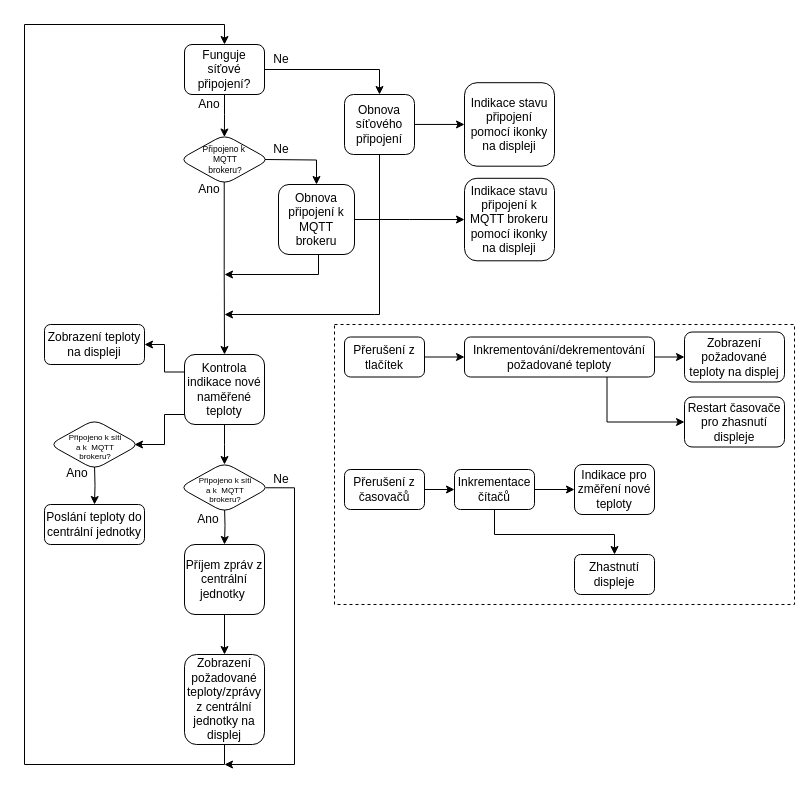
Earlier version of the draw.io diagram images/svg/drawio/software/blokove-schema-nastenny-snimac-prostorove-teploty-ethernet.drawio (RomLab/diploma-thesis). Source tidied: cells renumbered, new cells numbered last; positions are measured from the earlier drawing's top-left corner, leaving out a move shared by most shapes. Both pictures are drawn from the tidied source at 100%, with x=0, y=0 at pixel (24, 24).
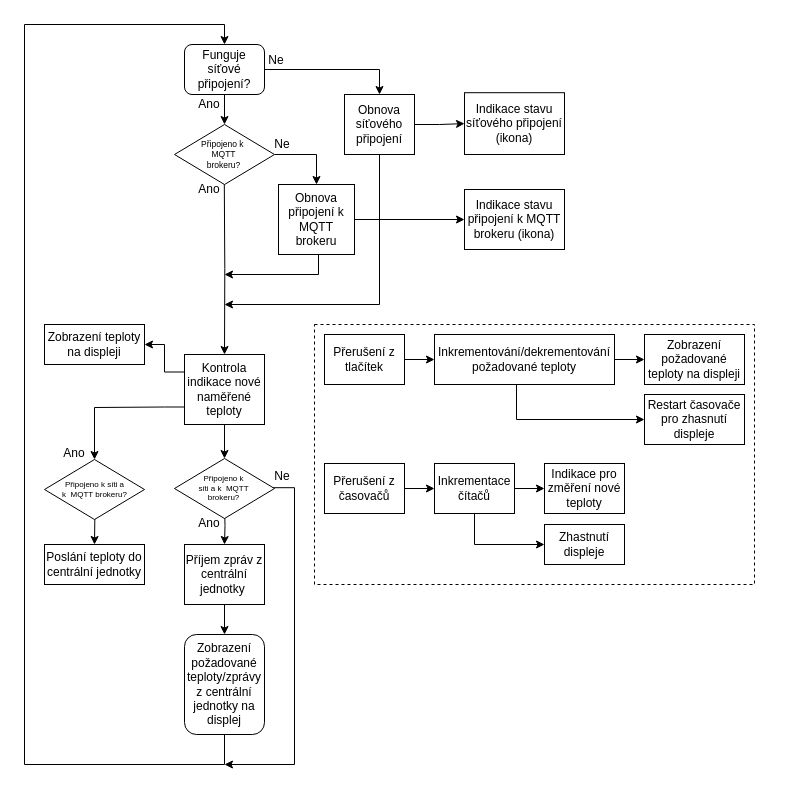
The same diagram, later.

Unchanged cells that the change refers to:
```xml
<mxCell id="15" value="Funguje síťové připojení?" style="whiteSpace=wrap;html=1;rounded=1;shadow=0;sketch=0;" parent="1" vertex="1">
  <mxGeometry x="160" y="20" width="80" height="50" as="geometry" />
</mxCell>
```

What changed in the source:
```diff
@@
     <mxCell id="2" style="rounded=0;whiteSpace=wrap;html=1;fillColor=none;dashed=1;" parent="1" vertex="1">
-      <mxGeometry x="310" y="300" width="460" height="280" as="geometry" />
+      <mxGeometry x="290" y="300" width="440" height="260" as="geometry" />
     </mxCell>
-    <mxCell id="3" style="edgeStyle=orthogonalEdgeStyle;rounded=0;jettySize=auto;html=1;exitX=0.5;exitY=1;exitDx=0;exitDy=0;entryX=0.5;entryY=0;entryDx=0;entryDy=0;" parent="1" edge="1" source="39" target="12">
+    <mxCell id="3" style="edgeStyle=orthogonalEdgeStyle;rounded=0;jettySize=auto;html=1;exitX=0.5;exitY=1;exitDx=0;exitDy=0;entryX=0;entryY=0.5;entryDx=0;entryDy=0;" parent="1" edge="1" source="39" target="12">
       <mxGeometry relative="1" as="geometry">
         <Array as="points">
-          <mxPoint x="470" y="510" />
-          <mxPoint x="590" y="510" />
+          <mxPoint x="450" y="520" />
         </Array>
       </mxGeometry>
     </mxCell>
-    <mxCell id="4" value="Indikace pro změření nové teploty" style="whiteSpace=wrap;html=1;gradientDirection=west;rounded=1;" parent="1" vertex="1">
-      <mxGeometry x="550" y="440" width="80" height="50" as="geometry" />
+    <mxCell id="4" value="Indikace pro změření nové teploty" style="whiteSpace=wrap;html=1;gradientDirection=west;rounded=0;" parent="1" vertex="1">
+      <mxGeometry x="520" y="439" width="80" height="50" as="geometry" />
     </mxCell>
@@
-    <mxCell id="6" value="Přerušení z tlačítek" style="whiteSpace=wrap;html=1;rounded=1;" parent="1" vertex="1">
-      <mxGeometry x="320" y="312.5" width="80" height="40" as="geometry" />
+    <mxCell id="6" value="Přerušení z tlačítek" style="whiteSpace=wrap;html=1;rounded=0;" parent="1" vertex="1">
+      <mxGeometry x="300" y="310" width="80" height="50" as="geometry" />
     </mxCell>
@@
-    <mxCell id="8" value="Přerušení z časovačů" style="whiteSpace=wrap;html=1;rounded=1;shadow=0;sketch=0;" parent="1" vertex="1">
-      <mxGeometry x="320" y="445" width="80" height="40" as="geometry" />
+    <mxCell id="8" value="Přerušení z časovačů" style="whiteSpace=wrap;html=1;rounded=0;shadow=0;sketch=0;" parent="1" vertex="1">
+      <mxGeometry x="300" y="439" width="80" height="50" as="geometry" />
     </mxCell>
@@
-    <mxCell id="10" style="edgeStyle=orthogonalEdgeStyle;rounded=0;jettySize=auto;html=1;exitX=0.75;exitY=1;exitDx=0;exitDy=0;entryX=0;entryY=0.5;entryDx=0;entryDy=0;" parent="1" edge="1" source="11" target="21">
+    <mxCell id="10" style="edgeStyle=orthogonalEdgeStyle;rounded=0;jettySize=auto;html=1;exitX=0.5;exitY=1;exitDx=0;exitDy=0;entryX=0;entryY=0.5;entryDx=0;entryDy=0;" parent="1" edge="1" source="11" target="21">
       <mxGeometry relative="1" as="geometry">
         <Array as="points">
-          <mxPoint x="583" y="397.5" />
+          <mxPoint x="492" y="395" />
         </Array>
       </mxGeometry>
     </mxCell>
-    <mxCell id="11" value="Inkrementování/dekrementování požadované teploty" style="whiteSpace=wrap;html=1;rounded=1;" parent="1" vertex="1">
-      <mxGeometry x="440" y="312.5" width="190" height="40" as="geometry" />
+    <mxCell id="11" value="Inkrementování/dekrementování požadované teploty" style="whiteSpace=wrap;html=1;rounded=0;" parent="1" vertex="1">
+      <mxGeometry x="410" y="310" width="180" height="50" as="geometry" />
     </mxCell>
-    <mxCell id="12" value="Zhastnutí displeje" style="whiteSpace=wrap;html=1;gradientDirection=west;rounded=1;" parent="1" vertex="1">
-      <mxGeometry x="550" y="530" width="80" height="40" as="geometry" />
+    <mxCell id="12" value="Zhastnutí displeje" style="whiteSpace=wrap;html=1;gradientDirection=west;rounded=0;" parent="1" vertex="1">
+      <mxGeometry x="520" y="500" width="80" height="40" as="geometry" />
     </mxCell>
-    <mxCell id="13" style="edgeStyle=orthogonalEdgeStyle;rounded=0;jettySize=auto;html=1;exitX=0.5;exitY=1;exitDx=0;exitDy=0;entryX=0.499;entryY=0.05;entryDx=0;entryDy=0;entryPerimeter=0;" parent="1" edge="1" source="15" target="51">
+    <mxCell id="13" style="edgeStyle=orthogonalEdgeStyle;rounded=0;jettySize=auto;html=1;exitX=0.5;exitY=1;exitDx=0;exitDy=0;entryX=0.5;entryY=0;entryDx=0;entryDy=0;" parent="1" edge="1" source="15" target="60">
       <mxGeometry relative="1" as="geometry" />
     </mxCell>
@@
-    <mxCell id="16" style="edgeStyle=orthogonalEdgeStyle;rounded=0;jettySize=auto;html=1;exitX=1;exitY=0.5;exitDx=0;exitDy=0;entryX=0.5;entryY=0;entryDx=0;entryDy=0;" parent="1" edge="1" target="35">
-      <mxGeometry relative="1" as="geometry">
-        <mxPoint x="240" y="135" as="sourcePoint" />
-      </mxGeometry>
+    <mxCell id="16" style="edgeStyle=orthogonalEdgeStyle;rounded=0;jettySize=auto;html=1;exitX=1;exitY=0.5;exitDx=0;exitDy=0;entryX=0.5;entryY=0;entryDx=0;entryDy=0;" parent="1" edge="1" source="60" target="35">
+      <mxGeometry relative="1" as="geometry" />
     </mxCell>
-    <mxCell id="17" style="edgeStyle=orthogonalEdgeStyle;rounded=0;jettySize=auto;html=1;entryX=0.5;entryY=0;entryDx=0;entryDy=0;exitX=0.497;exitY=0.946;exitDx=0;exitDy=0;exitPerimeter=0;" parent="1" edge="1" source="51" target="27">
-      <mxGeometry relative="1" as="geometry" />
+    <mxCell id="17" style="edgeStyle=orthogonalEdgeStyle;rounded=0;jettySize=auto;html=1;entryX=0.5;entryY=0;entryDx=0;entryDy=0;exitX=0.497;exitY=0.946;exitDx=0;exitDy=0;exitPerimeter=0;" parent="1" edge="1" target="27">
+      <mxGeometry relative="1" as="geometry">
+        <mxPoint x="199.8" y="157.3" as="sourcePoint" />
+      </mxGeometry>
     </mxCell>
@@
-    <mxCell id="19" value="Příjem zpráv z centrální jednotky&amp;nbsp;" style="whiteSpace=wrap;html=1;rounded=1;shadow=0;sketch=0;" parent="1" vertex="1">
-      <mxGeometry x="160" y="520" width="80" height="70" as="geometry" />
+    <mxCell id="19" value="Příjem zpráv z centrální jednotky&amp;nbsp;" style="whiteSpace=wrap;html=1;rounded=0;shadow=0;sketch=0;" parent="1" vertex="1">
+      <mxGeometry x="160" y="520" width="80" height="60" as="geometry" />
     </mxCell>
-    <mxCell id="20" value="&lt;span&gt;Zobrazení požadované teploty na displej&lt;/span&gt;" style="rounded=1;whiteSpace=wrap;html=1;shadow=0;sketch=0;gradientColor=none;gradientDirection=west;" parent="1" vertex="1">
-      <mxGeometry x="660" y="307.5" width="100" height="50" as="geometry" />
+    <mxCell id="20" value="&lt;span&gt;Zobrazení požadované teploty na displeji&lt;/span&gt;" style="rounded=0;whiteSpace=wrap;html=1;shadow=0;sketch=0;gradientColor=none;gradientDirection=west;" parent="1" vertex="1">
+      <mxGeometry x="620" y="310" width="100" height="50" as="geometry" />
     </mxCell>
-    <mxCell id="21" value="&lt;span&gt;Restart časovače pro zhasnutí displeje&lt;/span&gt;" style="rounded=1;whiteSpace=wrap;html=1;shadow=0;sketch=0;gradientColor=none;gradientDirection=west;" parent="1" vertex="1">
-      <mxGeometry x="660" y="372.5" width="100" height="50" as="geometry" />
+    <mxCell id="21" value="&lt;span&gt;Restart časovače pro zhasnutí displeje&lt;/span&gt;" style="rounded=0;whiteSpace=wrap;html=1;shadow=0;sketch=0;gradientColor=none;gradientDirection=west;" parent="1" vertex="1">
+      <mxGeometry x="620" y="370" width="100" height="50" as="geometry" />
     </mxCell>
@@
     <mxCell id="23" value="Zobrazení požadované teploty/zprávy z centrální jednotky na displej" style="whiteSpace=wrap;html=1;rounded=1;shadow=0;sketch=0;" parent="1" vertex="1">
-      <mxGeometry x="160" y="630" width="80" height="90" as="geometry" />
+      <mxGeometry x="160" y="610" width="80" height="100" as="geometry" />
     </mxCell>
@@
-    <mxCell id="25" style="edgeStyle=orthogonalEdgeStyle;rounded=0;jettySize=auto;html=1;exitX=0.5;exitY=1;exitDx=0;exitDy=0;entryX=0.5;entryY=0;entryDx=0;entryDy=0;" parent="1" edge="1" source="27">
-      <mxGeometry relative="1" as="geometry">
-        <mxPoint x="200" y="440" as="targetPoint" />
-      </mxGeometry>
+    <mxCell id="25" style="edgeStyle=orthogonalEdgeStyle;rounded=0;jettySize=auto;html=1;exitX=0.5;exitY=1;exitDx=0;exitDy=0;entryX=0.5;entryY=0;entryDx=0;entryDy=0;" parent="1" edge="1" source="27" target="59">
+      <mxGeometry relative="1" as="geometry" />
     </mxCell>
-    <mxCell id="26" style="edgeStyle=orthogonalEdgeStyle;rounded=0;jettySize=auto;html=1;exitX=0;exitY=0.75;exitDx=0;exitDy=0;" parent="1" edge="1" source="27">
+    <mxCell id="26" style="edgeStyle=orthogonalEdgeStyle;rounded=0;jettySize=auto;html=1;exitX=0;exitY=0.75;exitDx=0;exitDy=0;entryX=0.5;entryY=0;entryDx=0;entryDy=0;" parent="1" edge="1" source="27" target="57">
       <mxGeometry relative="1" as="geometry">
-        <mxPoint x="110" y="420" as="targetPoint" />
         <Array as="points">
-          <mxPoint x="160" y="390" />
-          <mxPoint x="140" y="390" />
-          <mxPoint x="140" y="420" />
+          <mxPoint x="140" y="382" />
+          <mxPoint x="70" y="383" />
         </Array>
       </mxGeometry>
     </mxCell>
-    <mxCell id="27" value="Kontrola indikace nové naměřené teploty" style="whiteSpace=wrap;html=1;rounded=1;shadow=0;sketch=0;" parent="1" vertex="1">
+    <mxCell id="27" value="Kontrola indikace nové naměřené teploty" style="whiteSpace=wrap;html=1;rounded=0;shadow=0;sketch=0;" parent="1" vertex="1">
       <mxGeometry x="160" y="330" width="80" height="70" as="geometry" />
     </mxCell>
-    <mxCell id="28" value="&lt;span&gt;Zobrazení teploty na displeji&lt;/span&gt;" style="rounded=1;whiteSpace=wrap;html=1;shadow=0;sketch=0;gradientColor=none;gradientDirection=west;" parent="1" vertex="1">
+    <mxCell id="28" value="&lt;span&gt;Zobrazení teploty na displeji&lt;/span&gt;" style="rounded=0;whiteSpace=wrap;html=1;shadow=0;sketch=0;gradientColor=none;gradientDirection=west;" parent="1" vertex="1">
       <mxGeometry x="20" y="300" width="100" height="40" as="geometry" />
     </mxCell>
-    <mxCell id="29" value="&lt;span&gt;Poslání teploty do centrální jednotky&lt;/span&gt;" style="rounded=1;whiteSpace=wrap;html=1;shadow=0;sketch=0;gradientColor=none;gradientDirection=west;" parent="1" vertex="1">
-      <mxGeometry x="20" y="480" width="100" height="40" as="geometry" />
+    <mxCell id="29" value="&lt;span&gt;Poslání teploty do centrální jednotky&lt;/span&gt;" style="rounded=0;whiteSpace=wrap;html=1;shadow=0;sketch=0;gradientColor=none;gradientDirection=west;" parent="1" vertex="1">
+      <mxGeometry x="20" y="520" width="100" height="40" as="geometry" />
     </mxCell>
     <mxCell id="30" style="edgeStyle=orthogonalEdgeStyle;rounded=0;jettySize=auto;html=1;exitX=0.5;exitY=1;exitDx=0;exitDy=0;" parent="1" edge="1" source="32">
       <mxGeometry relative="1" as="geometry">
-        <mxPoint x="200" y="290" as="targetPoint" />
+        <mxPoint x="200" y="280" as="targetPoint" />
         <Array as="points">
-          <mxPoint x="350" y="290" />
-          <mxPoint x="200" y="290" />
+          <mxPoint x="355" y="280" />
         </Array>
       </mxGeometry>
     </mxCell>
@@
-    <mxCell id="32" value="Obnova síťového připojení" style="whiteSpace=wrap;html=1;rounded=1;shadow=0;sketch=0;" parent="1" vertex="1">
+    <mxCell id="32" value="Obnova síťového připojení" style="whiteSpace=wrap;html=1;rounded=0;shadow=0;sketch=0;glass=0;" parent="1" vertex="1">
       <mxGeometry x="320" y="70" width="70" height="60" as="geometry" />
     </mxCell>
@@
-    <mxCell id="35" value="Obnova připojení k MQTT brokeru" style="whiteSpace=wrap;html=1;rounded=1;shadow=0;sketch=0;" parent="1" vertex="1">
+    <mxCell id="35" value="Obnova připojení k MQTT brokeru" style="whiteSpace=wrap;html=1;rounded=0;shadow=0;sketch=0;" parent="1" vertex="1">
       <mxGeometry x="254" y="160" width="76" height="70" as="geometry" />
     </mxCell>
-    <mxCell id="36" value="Indikace stavu připojení pomocí ikonky na displeji" style="whiteSpace=wrap;html=1;rounded=1;shadow=0;sketch=0;" parent="1" vertex="1">
-      <mxGeometry x="440" y="58.2" width="90" height="83.5" as="geometry" />
+    <mxCell id="36" value="Indikace stavu síťového připojení (ikona)" style="whiteSpace=wrap;html=1;rounded=0;shadow=0;sketch=0;" parent="1" vertex="1">
+      <mxGeometry x="440" y="68.2" width="100" height="61.8" as="geometry" />
     </mxCell>
-    <mxCell id="37" value="Indikace stavu připojení k MQTT brokeru pomocí ikonky na displeji" style="whiteSpace=wrap;html=1;rounded=1;shadow=0;sketch=0;" parent="1" vertex="1">
-      <mxGeometry x="440" y="153.8" width="90" height="82.5" as="geometry" />
+    <mxCell id="37" value="Indikace stavu připojení k MQTT brokeru (ikona)" style="whiteSpace=wrap;html=1;rounded=0;shadow=0;sketch=0;" parent="1" vertex="1">
+      <mxGeometry x="440" y="165" width="100" height="60" as="geometry" />
     </mxCell>
@@
-    <mxCell id="39" value="Inkrementace čítačů" style="whiteSpace=wrap;html=1;rounded=1;shadow=0;sketch=0;" parent="1" vertex="1">
-      <mxGeometry x="430" y="445" width="80" height="40" as="geometry" />
+    <mxCell id="39" value="Inkrementace čítačů" style="whiteSpace=wrap;html=1;rounded=0;shadow=0;sketch=0;" parent="1" vertex="1">
+      <mxGeometry x="410" y="439" width="80" height="50" as="geometry" />
     </mxCell>
@@
     <mxCell id="41" value="Ne" style="text;html=1;strokeColor=none;fillColor=none;align=center;verticalAlign=middle;whiteSpace=wrap;rounded=0;shadow=0;sketch=0;" parent="1" vertex="1">
-      <mxGeometry x="237" y="115" width="40" height="20" as="geometry" />
+      <mxGeometry x="238" y="110" width="40" height="20" as="geometry" />
     </mxCell>
@@
     <mxCell id="43" value="Ne" style="text;html=1;strokeColor=none;fillColor=none;align=center;verticalAlign=middle;whiteSpace=wrap;rounded=0;shadow=0;sketch=0;" parent="1" vertex="1">
-      <mxGeometry x="237" y="25" width="40" height="20" as="geometry" />
+      <mxGeometry x="232" y="26" width="40" height="20" as="geometry" />
     </mxCell>
@@
-    <mxCell id="46" style="edgeStyle=orthogonalEdgeStyle;rounded=0;jettySize=auto;html=1;exitX=0.957;exitY=0.505;exitDx=0;exitDy=0;exitPerimeter=0;" parent="1" edge="1" source="54">
+    <mxCell id="46" style="edgeStyle=orthogonalEdgeStyle;rounded=0;orthogonalLoop=1;jettySize=auto;html=1;exitX=0.957;exitY=0.505;exitDx=0;exitDy=0;exitPerimeter=0;" parent="1" edge="1">
       <mxGeometry relative="1" as="geometry">
+        <mxPoint x="236.6" y="463.2" as="sourcePoint" />
         <mxPoint x="200" y="740" as="targetPoint" />
         <Array as="points">
           <mxPoint x="270" y="463" />
           <mxPoint x="270" y="740" />
         </Array>
       </mxGeometry>
     </mxCell>
     <mxCell id="47" value="Ano" style="text;html=1;strokeColor=none;fillColor=none;align=center;verticalAlign=middle;whiteSpace=wrap;rounded=0;shadow=0;sketch=0;" parent="1" vertex="1">
-      <mxGeometry x="164" y="485" width="40" height="20" as="geometry" />
+      <mxGeometry x="165" y="489" width="40" height="20" as="geometry" />
     </mxCell>
     <mxCell id="48" value="Ne" style="text;html=1;strokeColor=none;fillColor=none;align=center;verticalAlign=middle;whiteSpace=wrap;rounded=0;shadow=0;sketch=0;" parent="1" vertex="1">
-      <mxGeometry x="237" y="445" width="40" height="20" as="geometry" />
+      <mxGeometry x="238" y="442" width="40" height="20" as="geometry" />
     </mxCell>
     <mxCell id="49" value="Ano" style="text;html=1;strokeColor=none;fillColor=none;align=center;verticalAlign=middle;whiteSpace=wrap;rounded=0;shadow=0;sketch=0;" parent="1" vertex="1">
-      <mxGeometry x="33" y="439" width="40" height="20" as="geometry" />
+      <mxGeometry x="30" y="419" width="40" height="20" as="geometry" />
     </mxCell>
-    <mxCell id="50" style="group;" parent="1" vertex="1">
-      <mxGeometry x="155" y="110" width="90" height="50" as="geometry" />
-    </mxCell>
-    <mxCell id="51" style="rhombus;whiteSpace=wrap;html=1;rounded=1;shadow=0;sketch=0;gradientColor=none;gradientDirection=west;align=center;verticalAlign=middle;fontSize=8;labelPosition=center;verticalLabelPosition=middle;" parent="50" vertex="1">
-      <mxGeometry width="90" height="50" as="geometry" />
-    </mxCell>
-    <mxCell id="52" value="&lt;font style=&quot;font-size: 8.5px&quot;&gt;Připojeno k&amp;nbsp; MQTT brokeru?&lt;/font&gt;" style="text;html=1;strokeColor=none;fillColor=none;align=center;verticalAlign=middle;whiteSpace=wrap;rounded=0;shadow=0;sketch=0;fontSize=7;" parent="50" vertex="1">
-      <mxGeometry x="16" y="7.5" width="60" height="35" as="geometry" />
-    </mxCell>
-    <mxCell id="53" style="group;" parent="1" vertex="1">
-      <mxGeometry x="155" y="438" width="90" height="50" as="geometry" />
-    </mxCell>
-    <mxCell id="54" style="rhombus;whiteSpace=wrap;html=1;rounded=1;shadow=0;sketch=0;gradientColor=none;gradientDirection=west;align=center;verticalAlign=middle;fontSize=8;labelPosition=center;verticalLabelPosition=middle;" parent="53" vertex="1">
-      <mxGeometry width="90" height="50" as="geometry" />
-    </mxCell>
-    <mxCell id="55" value="&lt;font style=&quot;font-size: 8px&quot;&gt;Připojeno k síti a k&amp;nbsp; MQTT brokeru?&lt;/font&gt;" style="text;html=1;strokeColor=none;fillColor=none;align=center;verticalAlign=middle;whiteSpace=wrap;rounded=0;shadow=0;sketch=0;fontSize=7;" parent="53" vertex="1">
-      <mxGeometry x="16" y="10.5" width="60" height="35" as="geometry" />
-    </mxCell>
     <mxCell id="56" style="group;" parent="1" vertex="1">
-      <mxGeometry x="25" y="395" width="90" height="50" as="geometry" />
+      <mxGeometry x="20" y="435" width="100" height="60" as="geometry" />
     </mxCell>
-    <mxCell id="57" style="rhombus;whiteSpace=wrap;html=1;rounded=1;shadow=0;sketch=0;gradientColor=none;gradientDirection=west;align=center;verticalAlign=middle;fontSize=8;labelPosition=center;verticalLabelPosition=middle;" parent="56" vertex="1">
-      <mxGeometry width="90" height="50" as="geometry" />
+    <mxCell id="57" style="rhombus;whiteSpace=wrap;html=1;rounded=0;shadow=0;sketch=0;gradientColor=none;gradientDirection=west;align=center;verticalAlign=middle;fontSize=8;labelPosition=center;verticalLabelPosition=middle;" parent="56" vertex="1">
+      <mxGeometry width="100" height="60" as="geometry" />
     </mxCell>
     <mxCell id="58" value="&lt;font style=&quot;font-size: 8px&quot;&gt;Připojeno k síti a k&amp;nbsp; MQTT brokeru?&lt;/font&gt;" style="text;html=1;strokeColor=none;fillColor=none;align=center;verticalAlign=middle;whiteSpace=wrap;rounded=0;shadow=0;sketch=0;fontSize=7;" parent="56" vertex="1">
-      <mxGeometry x="16" y="10.5" width="60" height="35" as="geometry" />
+      <mxGeometry x="16.7" y="9" width="66.7" height="42" as="geometry" />
     </mxCell>
+    <mxCell id="59" style="rhombus;whiteSpace=wrap;html=1;rounded=0;shadow=0;sketch=0;gradientColor=none;gradientDirection=west;align=center;verticalAlign=middle;fontSize=8;labelPosition=center;verticalLabelPosition=middle;" parent="1" vertex="1">
+      <mxGeometry x="150" y="434" width="100" height="60" as="geometry" />
+    </mxCell>
+    <mxCell id="55" value="&lt;font style=&quot;font-size: 8px&quot;&gt;Připojeno k síti a k&amp;nbsp; MQTT brokeru?&lt;/font&gt;" style="text;html=1;strokeColor=none;fillColor=none;align=center;verticalAlign=middle;whiteSpace=wrap;rounded=0;shadow=0;sketch=0;fontSize=7;" parent="1" vertex="1">
+      <mxGeometry x="173.3" y="446.5" width="53.3" height="35" as="geometry" />
+    </mxCell>
+    <mxCell id="60" style="rhombus;whiteSpace=wrap;html=1;rounded=0;shadow=0;sketch=0;gradientColor=none;gradientDirection=west;align=center;verticalAlign=middle;fontSize=8;labelPosition=center;verticalLabelPosition=middle;" parent="1" vertex="1">
+      <mxGeometry x="150" y="100" width="100" height="60" as="geometry" />
+    </mxCell>
+    <mxCell id="52" value="&lt;font style=&quot;font-size: 8.5px&quot;&gt;Připojeno k&amp;nbsp; MQTT brokeru?&lt;/font&gt;" style="text;html=1;strokeColor=none;fillColor=none;align=center;verticalAlign=middle;whiteSpace=wrap;rounded=0;shadow=0;sketch=0;fontSize=7;" parent="1" vertex="1">
+      <mxGeometry x="173.3" y="112.5" width="53.3" height="35" as="geometry" />
+    </mxCell>
```
